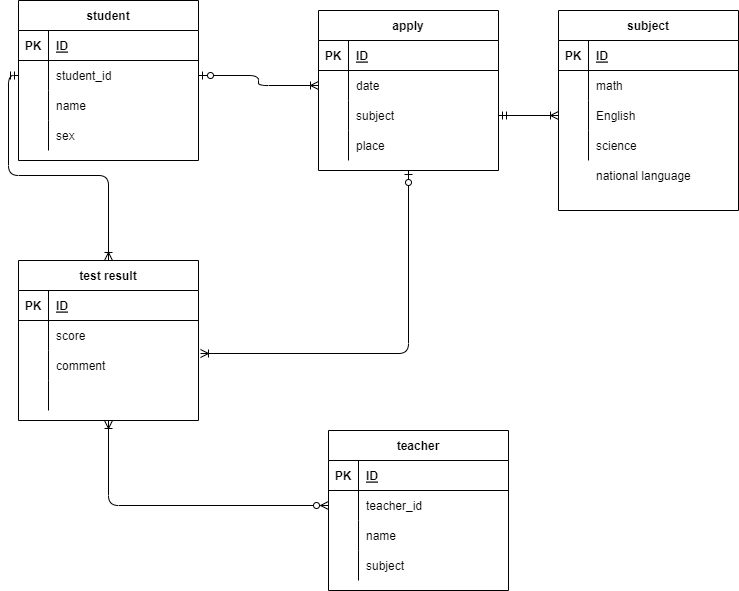
Earlier version of the draw.io export index2.drawio.png (MISAKI0512/ER-). Source tidied: cells renumbered, new cells last; positions are measured from the earlier drawing's top-left corner, leaving out a move shared by most shapes. Its diagram source:
```xml
<mxGraphModel>
  <root>
    <mxCell id="0" />
    <mxCell id="1" parent="0" />
    <mxCell id="2" value="subject" style="shape=table;startSize=30;rowLines=0;fontStyle=1;align=center;" parent="1" vertex="1">
      <mxGeometry x="540" y="10" width="180" height="200" as="geometry" />
    </mxCell>
    <mxCell id="3" style="shape=partialRectangle;fillColor=none;top=0;left=0;bottom=1;right=0;" parent="2" vertex="1">
      <mxGeometry y="30" width="180" height="30" as="geometry" />
    </mxCell>
    <mxCell id="4" value="PK" style="shape=partialRectangle;fillColor=none;top=0;left=0;bottom=0;right=0;fontStyle=1;overflow=hidden;" parent="3" vertex="1">
      <mxGeometry width="30" height="30" as="geometry" />
    </mxCell>
    <mxCell id="5" value="ID" style="shape=partialRectangle;fillColor=none;top=0;left=0;bottom=0;right=0;align=left;spacingLeft=6;fontStyle=5;overflow=hidden;" parent="3" vertex="1">
      <mxGeometry x="30" width="150" height="30" as="geometry" />
    </mxCell>
    <mxCell id="6" style="shape=partialRectangle;fillColor=none;top=0;left=0;bottom=0;right=0;" parent="2" vertex="1">
      <mxGeometry y="60" width="180" height="30" as="geometry" />
    </mxCell>
    <mxCell id="7" style="shape=partialRectangle;fillColor=none;top=0;left=0;bottom=0;right=0;overflow=hidden;" parent="6" vertex="1">
      <mxGeometry width="30" height="30" as="geometry" />
    </mxCell>
    <mxCell id="8" value="math" style="shape=partialRectangle;fillColor=none;top=0;left=0;bottom=0;right=0;align=left;spacingLeft=6;overflow=hidden;" parent="6" vertex="1">
      <mxGeometry x="30" width="150" height="30" as="geometry" />
    </mxCell>
    <mxCell id="9" style="shape=partialRectangle;fillColor=none;top=0;left=0;bottom=0;right=0;points=[[0,0.5],[1,0.5]];portConstraint=eastwest;" parent="2" vertex="1">
      <mxGeometry y="90" width="180" height="30" as="geometry" />
    </mxCell>
    <mxCell id="10" style="shape=partialRectangle;fillColor=none;top=0;left=0;bottom=0;right=0;overflow=hidden;" parent="9" vertex="1">
      <mxGeometry width="30" height="30" as="geometry" />
    </mxCell>
    <mxCell id="11" value="English" style="shape=partialRectangle;fillColor=none;top=0;left=0;bottom=0;right=0;align=left;spacingLeft=6;overflow=hidden;" parent="9" vertex="1">
      <mxGeometry x="30" width="150" height="30" as="geometry" />
    </mxCell>
    <mxCell id="12" style="shape=partialRectangle;fillColor=none;top=0;left=0;bottom=0;right=0;" parent="2" vertex="1">
      <mxGeometry y="120" width="180" height="30" as="geometry" />
    </mxCell>
    <mxCell id="13" style="shape=partialRectangle;fillColor=none;top=0;left=0;bottom=0;right=0;overflow=hidden;" parent="12" vertex="1">
      <mxGeometry width="30" height="30" as="geometry" />
    </mxCell>
    <mxCell id="14" value="science" style="shape=partialRectangle;fillColor=none;top=0;left=0;bottom=0;right=0;align=left;spacingLeft=6;overflow=hidden;" parent="12" vertex="1">
      <mxGeometry x="30" width="150" height="30" as="geometry" />
    </mxCell>
    <mxCell id="15" value="student" style="shape=table;startSize=30;rowLines=0;fontStyle=1;align=center;" parent="1" vertex="1">
      <mxGeometry width="180" height="160" as="geometry" />
    </mxCell>
    <mxCell id="16" style="shape=partialRectangle;fillColor=none;top=0;left=0;bottom=1;right=0;" parent="15" vertex="1">
      <mxGeometry y="30" width="180" height="30" as="geometry" />
    </mxCell>
    <mxCell id="17" value="PK" style="shape=partialRectangle;fillColor=none;top=0;left=0;bottom=0;right=0;fontStyle=1;overflow=hidden;" parent="16" vertex="1">
      <mxGeometry width="30" height="30" as="geometry" />
    </mxCell>
    <mxCell id="18" value="ID" style="shape=partialRectangle;fillColor=none;top=0;left=0;bottom=0;right=0;align=left;spacingLeft=6;fontStyle=5;overflow=hidden;" parent="16" vertex="1">
      <mxGeometry x="30" width="150" height="30" as="geometry" />
    </mxCell>
    <mxCell id="19" style="shape=partialRectangle;fillColor=none;top=0;left=0;bottom=0;right=0;points=[[0,0.5],[1,0.5]];portConstraint=eastwest;" parent="15" vertex="1">
      <mxGeometry y="60" width="180" height="30" as="geometry" />
    </mxCell>
    <mxCell id="20" style="shape=partialRectangle;fillColor=none;top=0;left=0;bottom=0;right=0;overflow=hidden;" parent="19" vertex="1">
      <mxGeometry width="30" height="30" as="geometry" />
    </mxCell>
    <mxCell id="21" value="student_id" style="shape=partialRectangle;fillColor=none;top=0;left=0;bottom=0;right=0;align=left;spacingLeft=6;overflow=hidden;" parent="19" vertex="1">
      <mxGeometry x="30" width="150" height="30" as="geometry" />
    </mxCell>
    <mxCell id="22" style="shape=partialRectangle;fillColor=none;top=0;left=0;bottom=0;right=0;" parent="15" vertex="1">
      <mxGeometry y="90" width="180" height="30" as="geometry" />
    </mxCell>
    <mxCell id="23" style="shape=partialRectangle;fillColor=none;top=0;left=0;bottom=0;right=0;overflow=hidden;" parent="22" vertex="1">
      <mxGeometry width="30" height="30" as="geometry" />
    </mxCell>
    <mxCell id="24" value="name" style="shape=partialRectangle;fillColor=none;top=0;left=0;bottom=0;right=0;align=left;spacingLeft=6;overflow=hidden;" parent="22" vertex="1">
      <mxGeometry x="30" width="150" height="30" as="geometry" />
    </mxCell>
    <mxCell id="25" style="shape=partialRectangle;fillColor=none;top=0;left=0;bottom=0;right=0;" parent="15" vertex="1">
      <mxGeometry y="120" width="180" height="30" as="geometry" />
    </mxCell>
    <mxCell id="26" style="shape=partialRectangle;fillColor=none;top=0;left=0;bottom=0;right=0;overflow=hidden;" parent="25" vertex="1">
      <mxGeometry width="30" height="30" as="geometry" />
    </mxCell>
    <mxCell id="27" value="sex" style="shape=partialRectangle;fillColor=none;top=0;left=0;bottom=0;right=0;align=left;spacingLeft=6;overflow=hidden;" parent="25" vertex="1">
      <mxGeometry x="30" width="150" height="30" as="geometry" />
    </mxCell>
    <mxCell id="28" value="teacher" style="shape=table;startSize=30;rowLines=0;fontStyle=1;align=center;" parent="1" vertex="1">
      <mxGeometry x="310" y="430" width="180" height="160" as="geometry" />
    </mxCell>
    <mxCell id="29" style="shape=partialRectangle;fillColor=none;top=0;left=0;bottom=1;right=0;" parent="28" vertex="1">
      <mxGeometry y="30" width="180" height="30" as="geometry" />
    </mxCell>
    <mxCell id="30" value="PK" style="shape=partialRectangle;fillColor=none;top=0;left=0;bottom=0;right=0;fontStyle=1;overflow=hidden;" parent="29" vertex="1">
      <mxGeometry width="30" height="30" as="geometry" />
    </mxCell>
    <mxCell id="31" value="ID" style="shape=partialRectangle;fillColor=none;top=0;left=0;bottom=0;right=0;align=left;spacingLeft=6;fontStyle=5;overflow=hidden;" parent="29" vertex="1">
      <mxGeometry x="30" width="150" height="30" as="geometry" />
    </mxCell>
    <mxCell id="32" style="shape=partialRectangle;fillColor=none;top=0;left=0;bottom=0;right=0;points=[[0,0.5],[1,0.5]];portConstraint=eastwest;" parent="28" vertex="1">
      <mxGeometry y="60" width="180" height="30" as="geometry" />
    </mxCell>
    <mxCell id="33" style="shape=partialRectangle;fillColor=none;top=0;left=0;bottom=0;right=0;overflow=hidden;" parent="32" vertex="1">
      <mxGeometry width="30" height="30" as="geometry" />
    </mxCell>
    <mxCell id="34" value="teacher_id" style="shape=partialRectangle;fillColor=none;top=0;left=0;bottom=0;right=0;align=left;spacingLeft=6;overflow=hidden;" parent="32" vertex="1">
      <mxGeometry x="30" width="150" height="30" as="geometry" />
    </mxCell>
    <mxCell id="35" style="shape=partialRectangle;fillColor=none;top=0;left=0;bottom=0;right=0;" parent="28" vertex="1">
      <mxGeometry y="90" width="180" height="30" as="geometry" />
    </mxCell>
    <mxCell id="36" style="shape=partialRectangle;fillColor=none;top=0;left=0;bottom=0;right=0;overflow=hidden;" parent="35" vertex="1">
      <mxGeometry width="30" height="30" as="geometry" />
    </mxCell>
    <mxCell id="37" value="name" style="shape=partialRectangle;fillColor=none;top=0;left=0;bottom=0;right=0;align=left;spacingLeft=6;overflow=hidden;" parent="35" vertex="1">
      <mxGeometry x="30" width="150" height="30" as="geometry" />
    </mxCell>
    <mxCell id="38" style="shape=partialRectangle;fillColor=none;top=0;left=0;bottom=0;right=0;" parent="28" vertex="1">
      <mxGeometry y="120" width="180" height="30" as="geometry" />
    </mxCell>
    <mxCell id="39" style="shape=partialRectangle;fillColor=none;top=0;left=0;bottom=0;right=0;overflow=hidden;" parent="38" vertex="1">
      <mxGeometry width="30" height="30" as="geometry" />
    </mxCell>
    <mxCell id="40" value="subject" style="shape=partialRectangle;fillColor=none;top=0;left=0;bottom=0;right=0;align=left;spacingLeft=6;overflow=hidden;" parent="38" vertex="1">
      <mxGeometry x="30" width="150" height="30" as="geometry" />
    </mxCell>
    <mxCell id="41" style="edgeStyle=orthogonalEdgeStyle;html=1;entryX=1.011;entryY=0.1;entryDx=0;entryDy=0;entryPerimeter=0;startArrow=ERzeroToOne;startFill=0;endArrow=ERoneToMany;endFill=0;" parent="1" edge="1" source="42" target="63">
      <mxGeometry relative="1" as="geometry" />
    </mxCell>
    <mxCell id="42" value="apply" style="shape=table;startSize=30;rowLines=0;fontStyle=1;align=center;" parent="1" vertex="1">
      <mxGeometry x="300" y="10" width="180" height="160" as="geometry" />
    </mxCell>
    <mxCell id="43" style="shape=partialRectangle;fillColor=none;top=0;left=0;bottom=1;right=0;" parent="42" vertex="1">
      <mxGeometry y="30" width="180" height="30" as="geometry" />
    </mxCell>
    <mxCell id="44" value="PK" style="shape=partialRectangle;fillColor=none;top=0;left=0;bottom=0;right=0;fontStyle=1;overflow=hidden;" parent="43" vertex="1">
      <mxGeometry width="30" height="30" as="geometry" />
    </mxCell>
    <mxCell id="45" value="ID" style="shape=partialRectangle;fillColor=none;top=0;left=0;bottom=0;right=0;align=left;spacingLeft=6;fontStyle=5;overflow=hidden;" parent="43" vertex="1">
      <mxGeometry x="30" width="150" height="30" as="geometry" />
    </mxCell>
    <mxCell id="46" style="shape=partialRectangle;fillColor=none;top=0;left=0;bottom=0;right=0;points=[[0,0.5],[1,0.5]];portConstraint=eastwest;" parent="42" vertex="1">
      <mxGeometry y="60" width="180" height="30" as="geometry" />
    </mxCell>
    <mxCell id="47" style="shape=partialRectangle;fillColor=none;top=0;left=0;bottom=0;right=0;overflow=hidden;" parent="46" vertex="1">
      <mxGeometry width="30" height="30" as="geometry" />
    </mxCell>
    <mxCell id="48" value="date" style="shape=partialRectangle;fillColor=none;top=0;left=0;bottom=0;right=0;align=left;spacingLeft=6;overflow=hidden;" parent="46" vertex="1">
      <mxGeometry x="30" width="150" height="30" as="geometry" />
    </mxCell>
    <mxCell id="49" style="shape=partialRectangle;fillColor=none;top=0;left=0;bottom=0;right=0;points=[[0,0.5],[1,0.5]];portConstraint=eastwest;" parent="42" vertex="1">
      <mxGeometry y="90" width="180" height="30" as="geometry" />
    </mxCell>
    <mxCell id="50" style="shape=partialRectangle;fillColor=none;top=0;left=0;bottom=0;right=0;overflow=hidden;" parent="49" vertex="1">
      <mxGeometry width="30" height="30" as="geometry" />
    </mxCell>
    <mxCell id="51" value="subject" style="shape=partialRectangle;fillColor=none;top=0;left=0;bottom=0;right=0;align=left;spacingLeft=6;overflow=hidden;" parent="49" vertex="1">
      <mxGeometry x="30" width="150" height="30" as="geometry" />
    </mxCell>
    <mxCell id="52" style="shape=partialRectangle;fillColor=none;top=0;left=0;bottom=0;right=0;" parent="42" vertex="1">
      <mxGeometry y="120" width="180" height="30" as="geometry" />
    </mxCell>
    <mxCell id="53" style="shape=partialRectangle;fillColor=none;top=0;left=0;bottom=0;right=0;overflow=hidden;" parent="52" vertex="1">
      <mxGeometry width="30" height="30" as="geometry" />
    </mxCell>
    <mxCell id="54" value="place" style="shape=partialRectangle;fillColor=none;top=0;left=0;bottom=0;right=0;align=left;spacingLeft=6;overflow=hidden;" parent="52" vertex="1">
      <mxGeometry x="30" width="150" height="30" as="geometry" />
    </mxCell>
    <mxCell id="55" style="edgeStyle=orthogonalEdgeStyle;html=1;entryX=0;entryY=0.5;entryDx=0;entryDy=0;startArrow=ERoneToMany;startFill=0;endArrow=ERmandOne;endFill=0;" parent="1" edge="1" source="56" target="19">
      <mxGeometry relative="1" as="geometry" />
    </mxCell>
    <mxCell id="56" value="test result" style="shape=table;startSize=30;rowLines=0;fontStyle=1;align=center;" parent="1" vertex="1">
      <mxGeometry y="260" width="180" height="160" as="geometry" />
    </mxCell>
    <mxCell id="57" style="shape=partialRectangle;fillColor=none;top=0;left=0;bottom=1;right=0;" parent="56" vertex="1">
      <mxGeometry y="30" width="180" height="30" as="geometry" />
    </mxCell>
    <mxCell id="58" value="PK" style="shape=partialRectangle;fillColor=none;top=0;left=0;bottom=0;right=0;fontStyle=1;overflow=hidden;" parent="57" vertex="1">
      <mxGeometry width="30" height="30" as="geometry" />
    </mxCell>
    <mxCell id="59" value="ID" style="shape=partialRectangle;fillColor=none;top=0;left=0;bottom=0;right=0;align=left;spacingLeft=6;fontStyle=5;overflow=hidden;" parent="57" vertex="1">
      <mxGeometry x="30" width="150" height="30" as="geometry" />
    </mxCell>
    <mxCell id="60" style="shape=partialRectangle;fillColor=none;top=0;left=0;bottom=0;right=0;points=[[0,0.5],[1,0.5]];portConstraint=eastwest;" parent="56" vertex="1">
      <mxGeometry y="60" width="180" height="30" as="geometry" />
    </mxCell>
    <mxCell id="61" style="shape=partialRectangle;fillColor=none;top=0;left=0;bottom=0;right=0;overflow=hidden;" parent="60" vertex="1">
      <mxGeometry width="30" height="30" as="geometry" />
    </mxCell>
    <mxCell id="62" value="score" style="shape=partialRectangle;fillColor=none;top=0;left=0;bottom=0;right=0;align=left;spacingLeft=6;overflow=hidden;" parent="60" vertex="1">
      <mxGeometry x="30" width="150" height="30" as="geometry" />
    </mxCell>
    <mxCell id="63" style="shape=partialRectangle;fillColor=none;top=0;left=0;bottom=0;right=0;points=[[0,0.5],[1,0.5]];portConstraint=eastwest;" parent="56" vertex="1">
      <mxGeometry y="90" width="180" height="30" as="geometry" />
    </mxCell>
    <mxCell id="64" style="shape=partialRectangle;fillColor=none;top=0;left=0;bottom=0;right=0;overflow=hidden;" parent="63" vertex="1">
      <mxGeometry width="30" height="30" as="geometry" />
    </mxCell>
    <mxCell id="65" value="comment" style="shape=partialRectangle;fillColor=none;top=0;left=0;bottom=0;right=0;align=left;spacingLeft=6;overflow=hidden;" parent="63" vertex="1">
      <mxGeometry x="30" width="150" height="30" as="geometry" />
    </mxCell>
    <mxCell id="66" style="shape=partialRectangle;fillColor=none;top=0;left=0;bottom=0;right=0;" parent="56" vertex="1">
      <mxGeometry y="120" width="180" height="30" as="geometry" />
    </mxCell>
    <mxCell id="67" style="shape=partialRectangle;fillColor=none;top=0;left=0;bottom=0;right=0;overflow=hidden;" parent="66" vertex="1">
      <mxGeometry width="30" height="30" as="geometry" />
    </mxCell>
    <mxCell id="68" style="shape=partialRectangle;fillColor=none;top=0;left=0;bottom=0;right=0;align=left;spacingLeft=6;overflow=hidden;" parent="66" vertex="1">
      <mxGeometry x="30" width="150" height="30" as="geometry" />
    </mxCell>
    <mxCell id="69" style="edgeStyle=orthogonalEdgeStyle;html=1;entryX=0;entryY=0.5;entryDx=0;entryDy=0;startArrow=ERzeroToOne;startFill=0;endArrow=ERoneToMany;endFill=0;" parent="1" edge="1" source="19" target="46">
      <mxGeometry relative="1" as="geometry" />
    </mxCell>
    <mxCell id="70" style="shape=partialRectangle;fillColor=none;top=0;left=0;bottom=0;right=0;" parent="1" vertex="1">
      <mxGeometry x="540" y="160" width="180" height="30" as="geometry" />
    </mxCell>
    <mxCell id="71" style="shape=partialRectangle;fillColor=none;top=0;left=0;bottom=0;right=0;overflow=hidden;" parent="70" vertex="1">
      <mxGeometry width="30" height="30" as="geometry" />
    </mxCell>
    <mxCell id="72" value="national language" style="shape=partialRectangle;fillColor=none;top=0;left=0;bottom=0;right=0;align=left;spacingLeft=6;overflow=hidden;" parent="70" vertex="1">
      <mxGeometry x="30" width="150" height="30" as="geometry" />
    </mxCell>
    <mxCell id="73" style="edgeStyle=orthogonalEdgeStyle;html=1;entryX=0;entryY=0.5;entryDx=0;entryDy=0;startArrow=ERmandOne;startFill=0;endArrow=ERoneToMany;endFill=0;" parent="1" edge="1" source="49" target="9">
      <mxGeometry relative="1" as="geometry" />
    </mxCell>
    <mxCell id="74" style="edgeStyle=orthogonalEdgeStyle;html=1;entryX=0.5;entryY=1;entryDx=0;entryDy=0;startArrow=ERzeroToMany;startFill=0;endArrow=ERoneToMany;endFill=0;" parent="1" edge="1" source="32" target="56">
      <mxGeometry relative="1" as="geometry" />
    </mxCell>
  </root>
</mxGraphModel>
```
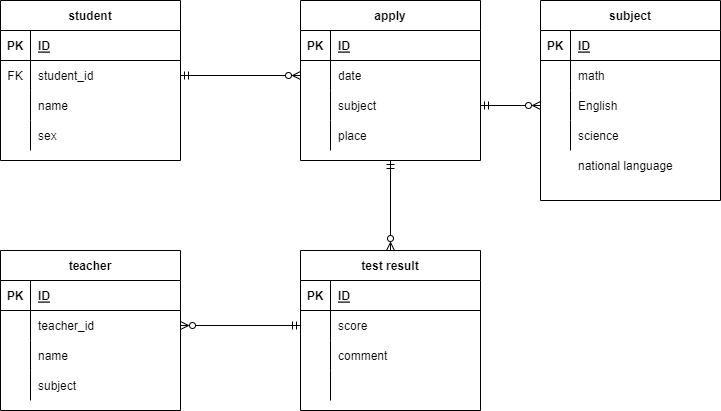
Above is the later version.

Change to the diagram source:
```diff
@@ -42,7 +42,7 @@
       <mxGeometry x="30" width="150" height="30" as="geometry" />
     </mxCell>
     <mxCell id="15" value="student" style="shape=table;startSize=30;rowLines=0;fontStyle=1;align=center;" parent="1" vertex="1">
-      <mxGeometry width="180" height="160" as="geometry" />
+      <mxGeometry y="10" width="180" height="160" as="geometry" />
     </mxCell>
     <mxCell id="16" style="shape=partialRectangle;fillColor=none;top=0;left=0;bottom=1;right=0;" parent="15" vertex="1">
       <mxGeometry y="30" width="180" height="30" as="geometry" />
@@ -56,7 +56,7 @@
     <mxCell id="19" style="shape=partialRectangle;fillColor=none;top=0;left=0;bottom=0;right=0;points=[[0,0.5],[1,0.5]];portConstraint=eastwest;" parent="15" vertex="1">
       <mxGeometry y="60" width="180" height="30" as="geometry" />
     </mxCell>
-    <mxCell id="20" style="shape=partialRectangle;fillColor=none;top=0;left=0;bottom=0;right=0;overflow=hidden;" parent="19" vertex="1">
+    <mxCell id="20" value="FK" style="shape=partialRectangle;fillColor=none;top=0;left=0;bottom=0;right=0;overflow=hidden;" parent="19" vertex="1">
       <mxGeometry width="30" height="30" as="geometry" />
     </mxCell>
     <mxCell id="21" value="student_id" style="shape=partialRectangle;fillColor=none;top=0;left=0;bottom=0;right=0;align=left;spacingLeft=6;overflow=hidden;" parent="19" vertex="1">
@@ -81,7 +81,7 @@
       <mxGeometry x="30" width="150" height="30" as="geometry" />
     </mxCell>
     <mxCell id="28" value="teacher" style="shape=table;startSize=30;rowLines=0;fontStyle=1;align=center;" parent="1" vertex="1">
-      <mxGeometry x="310" y="430" width="180" height="160" as="geometry" />
+      <mxGeometry y="260" width="180" height="160" as="geometry" />
     </mxCell>
     <mxCell id="29" style="shape=partialRectangle;fillColor=none;top=0;left=0;bottom=1;right=0;" parent="28" vertex="1">
       <mxGeometry y="30" width="180" height="30" as="geometry" />
@@ -119,7 +119,7 @@
     <mxCell id="40" value="subject" style="shape=partialRectangle;fillColor=none;top=0;left=0;bottom=0;right=0;align=left;spacingLeft=6;overflow=hidden;" parent="38" vertex="1">
       <mxGeometry x="30" width="150" height="30" as="geometry" />
     </mxCell>
-    <mxCell id="41" style="edgeStyle=orthogonalEdgeStyle;html=1;entryX=1.011;entryY=0.1;entryDx=0;entryDy=0;entryPerimeter=0;startArrow=ERzeroToOne;startFill=0;endArrow=ERoneToMany;endFill=0;" parent="1" edge="1" source="42" target="63">
+    <mxCell id="41" style="edgeStyle=orthogonalEdgeStyle;html=1;entryX=0.5;entryY=0;entryDx=0;entryDy=0;startArrow=ERmandOne;startFill=0;endArrow=ERzeroToMany;endFill=0;" parent="1" edge="1" source="42" target="56">
       <mxGeometry relative="1" as="geometry" />
     </mxCell>
     <mxCell id="42" value="apply" style="shape=table;startSize=30;rowLines=0;fontStyle=1;align=center;" parent="1" vertex="1">
@@ -161,11 +161,8 @@
     <mxCell id="54" value="place" style="shape=partialRectangle;fillColor=none;top=0;left=0;bottom=0;right=0;align=left;spacingLeft=6;overflow=hidden;" parent="52" vertex="1">
       <mxGeometry x="30" width="150" height="30" as="geometry" />
     </mxCell>
-    <mxCell id="55" style="edgeStyle=orthogonalEdgeStyle;html=1;entryX=0;entryY=0.5;entryDx=0;entryDy=0;startArrow=ERoneToMany;startFill=0;endArrow=ERmandOne;endFill=0;" parent="1" edge="1" source="56" target="19">
-      <mxGeometry relative="1" as="geometry" />
-    </mxCell>
     <mxCell id="56" value="test result" style="shape=table;startSize=30;rowLines=0;fontStyle=1;align=center;" parent="1" vertex="1">
-      <mxGeometry y="260" width="180" height="160" as="geometry" />
+      <mxGeometry x="300" y="260" width="180" height="160" as="geometry" />
     </mxCell>
     <mxCell id="57" style="shape=partialRectangle;fillColor=none;top=0;left=0;bottom=1;right=0;" parent="56" vertex="1">
       <mxGeometry y="30" width="180" height="30" as="geometry" />
@@ -203,7 +200,7 @@
     <mxCell id="68" style="shape=partialRectangle;fillColor=none;top=0;left=0;bottom=0;right=0;align=left;spacingLeft=6;overflow=hidden;" parent="66" vertex="1">
       <mxGeometry x="30" width="150" height="30" as="geometry" />
     </mxCell>
-    <mxCell id="69" style="edgeStyle=orthogonalEdgeStyle;html=1;entryX=0;entryY=0.5;entryDx=0;entryDy=0;startArrow=ERzeroToOne;startFill=0;endArrow=ERoneToMany;endFill=0;" parent="1" edge="1" source="19" target="46">
+    <mxCell id="69" style="edgeStyle=orthogonalEdgeStyle;html=1;entryX=0;entryY=0.5;entryDx=0;entryDy=0;startArrow=ERmandOne;startFill=0;endArrow=ERzeroToMany;endFill=0;" parent="1" edge="1" source="19" target="46">
       <mxGeometry relative="1" as="geometry" />
     </mxCell>
     <mxCell id="70" style="shape=partialRectangle;fillColor=none;top=0;left=0;bottom=0;right=0;" parent="1" vertex="1">
@@ -215,10 +212,10 @@
     <mxCell id="72" value="national language" style="shape=partialRectangle;fillColor=none;top=0;left=0;bottom=0;right=0;align=left;spacingLeft=6;overflow=hidden;" parent="70" vertex="1">
       <mxGeometry x="30" width="150" height="30" as="geometry" />
     </mxCell>
-    <mxCell id="73" style="edgeStyle=orthogonalEdgeStyle;html=1;entryX=0;entryY=0.5;entryDx=0;entryDy=0;startArrow=ERmandOne;startFill=0;endArrow=ERoneToMany;endFill=0;" parent="1" edge="1" source="49" target="9">
+    <mxCell id="73" style="edgeStyle=orthogonalEdgeStyle;html=1;entryX=0;entryY=0.5;entryDx=0;entryDy=0;startArrow=ERmandOne;startFill=0;endArrow=ERzeroToMany;endFill=0;" parent="1" edge="1" source="49" target="9">
       <mxGeometry relative="1" as="geometry" />
     </mxCell>
-    <mxCell id="74" style="edgeStyle=orthogonalEdgeStyle;html=1;entryX=0.5;entryY=1;entryDx=0;entryDy=0;startArrow=ERzeroToMany;startFill=0;endArrow=ERoneToMany;endFill=0;" parent="1" edge="1" source="32" target="56">
+    <mxCell id="74" style="edgeStyle=orthogonalEdgeStyle;html=1;entryX=0;entryY=0.5;entryDx=0;entryDy=0;startArrow=ERzeroToMany;startFill=0;endArrow=ERmandOne;endFill=0;" parent="1" edge="1" source="32" target="60">
       <mxGeometry relative="1" as="geometry" />
     </mxCell>
   </root>
```
